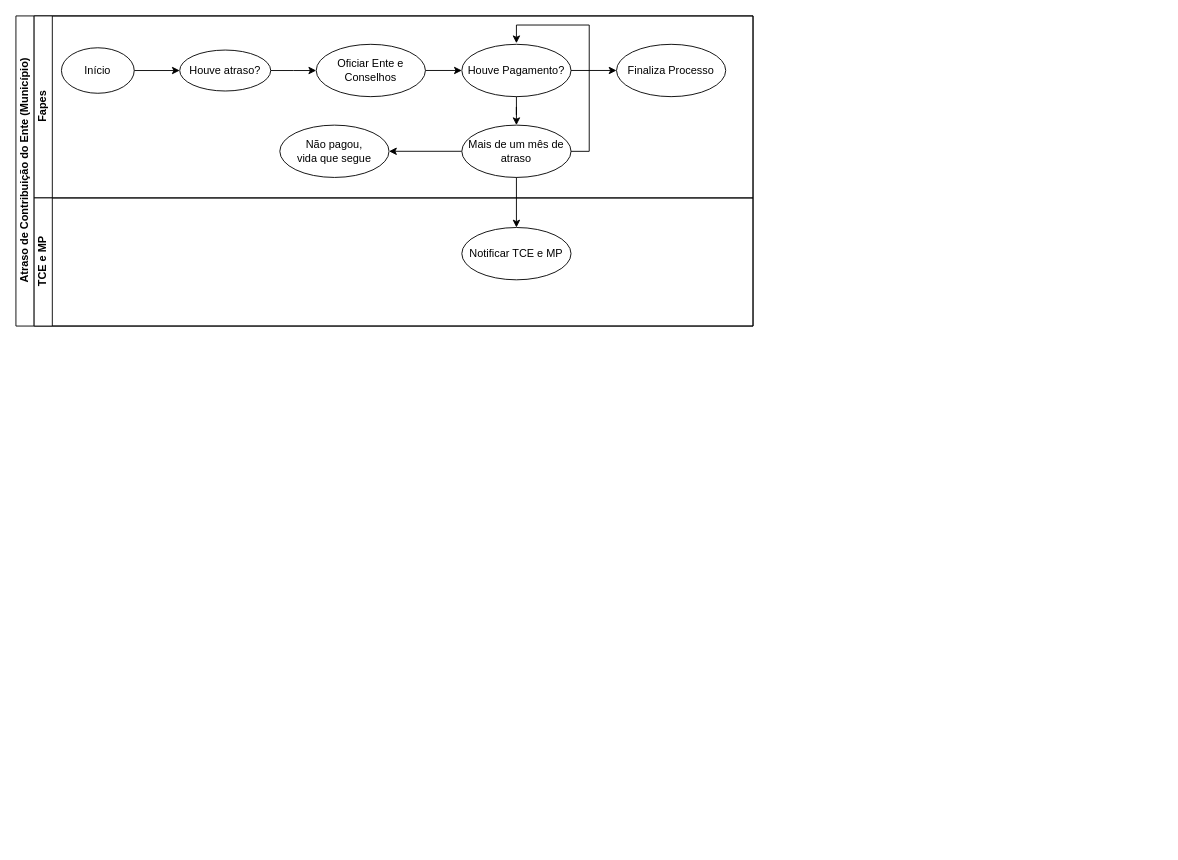
Ramaniks/fluxogramas-toledoprev keeps this draw.io diagram as Diagrama sem nome.drawio. Above is the earlier version. Source tidied: cells renumbered, new cells numbered last; positions are measured from the earlier drawing's top-left corner, leaving out a move shared by most shapes. Both pictures are drawn from the tidied source at 91%, with x=0, y=0 at pixel (15, 15).
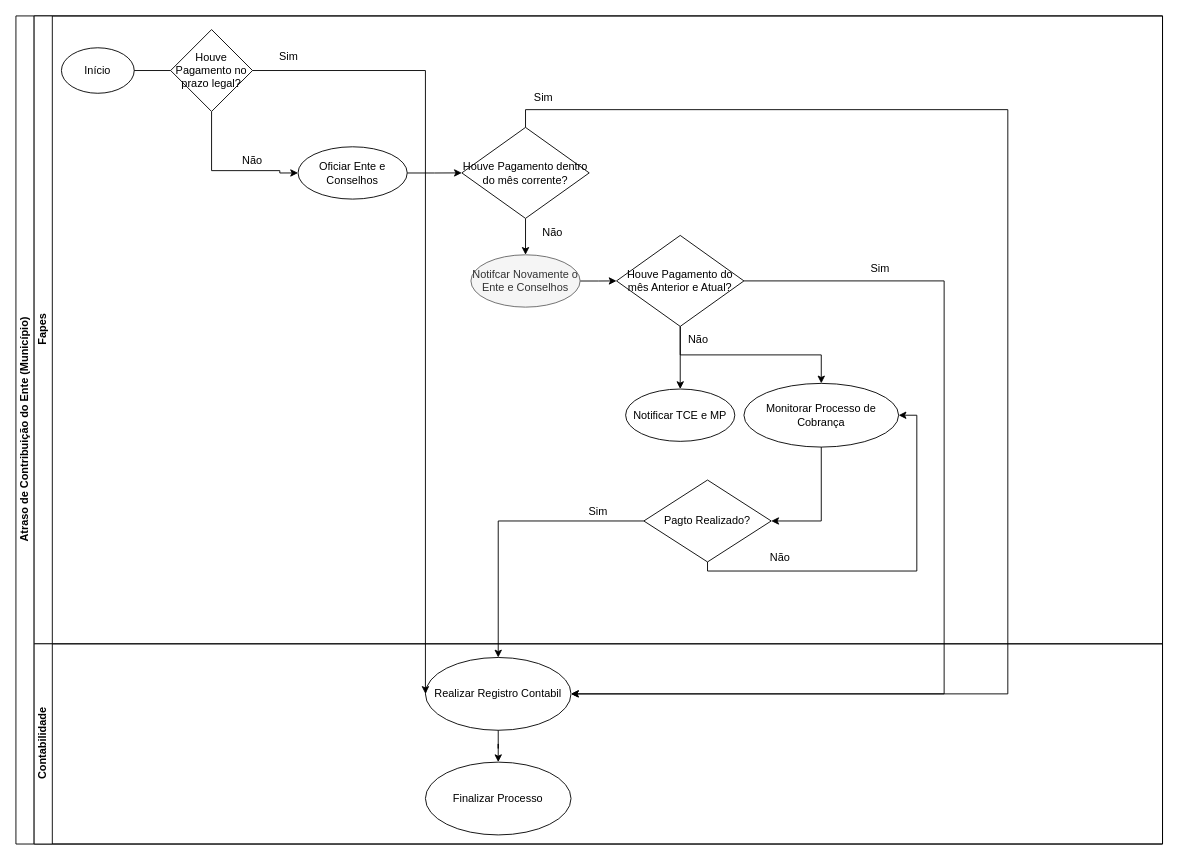
Above is the later version.

Commit message:
Alteração Junto com a Coordenação

Unchanged cells that the change refers to:
```xml
<mxCell id="5" value="Início" style="ellipse;whiteSpace=wrap;html=1;" parent="3" vertex="1">
  <mxGeometry x="30" y="35" width="80" height="50" as="geometry" />
</mxCell>
```

Change to the diagram source:
```diff
@@
     <mxCell id="2" value="Atraso de Contribuição do Ente (Município)" style="swimlane;horizontal=0;startSize=20;html=1;" parent="1" vertex="1">
-      <mxGeometry width="810" height="340.8" as="geometry" />
+      <mxGeometry width="1260" height="910" as="geometry" />
     </mxCell>
     <mxCell id="3" value="Fapes" style="swimlane;startSize=20;horizontal=0;html=1;" parent="2" vertex="1">
-      <mxGeometry x="20" width="790" height="200" as="geometry" />
+      <mxGeometry x="20" width="1240" height="690" as="geometry" />
     </mxCell>
-    <mxCell id="4" style="edgeStyle=orthogonalEdgeStyle;rounded=0;jettySize=auto;html=1;" parent="3" edge="1" source="5" target="7">
-      <mxGeometry relative="1" as="geometry" />
-    </mxCell>
@@
-    <mxCell id="6" style="edgeStyle=orthogonalEdgeStyle;rounded=0;jettySize=auto;html=1;" parent="3" edge="1" source="7" target="9">
-      <mxGeometry relative="1" as="geometry" />
-    </mxCell>
-    <mxCell id="7" value="Houve atraso?" style="ellipse;whiteSpace=wrap;html=1;" parent="3" vertex="1">
-      <mxGeometry x="160" y="37.5" width="100" height="45" as="geometry" />
-    </mxCell>
-    <mxCell id="8" style="edgeStyle=orthogonalEdgeStyle;rounded=0;jettySize=auto;html=1;" parent="3" edge="1" source="9" target="11">
+    <mxCell id="8" style="edgeStyle=orthogonalEdgeStyle;rounded=0;jettySize=auto;html=1;entryX=0;entryY=0.5;entryDx=0;entryDy=0;" parent="3" edge="1" source="9" target="34">
       <mxGeometry relative="1" as="geometry" />
     </mxCell>
     <mxCell id="9" value="Oficiar Ente e Conselhos" style="ellipse;whiteSpace=wrap;html=1;" parent="3" vertex="1">
-      <mxGeometry x="310" y="31.2" width="120" height="57.5" as="geometry" />
+      <mxGeometry x="290" y="143.8" width="120" height="57.5" as="geometry" />
     </mxCell>
-    <mxCell id="10" style="edgeStyle=orthogonalEdgeStyle;rounded=0;jettySize=auto;html=1;" parent="3" edge="1" source="11" target="12">
-      <mxGeometry relative="1" as="geometry" />
-    </mxCell>
-    <mxCell id="11" value="Houve Pagamento?" style="ellipse;whiteSpace=wrap;html=1;" parent="3" vertex="1">
-      <mxGeometry x="470" y="31.2" width="120" height="57.5" as="geometry" />
-    </mxCell>
-    <mxCell id="12" value="Finaliza Processo" style="ellipse;whiteSpace=wrap;html=1;" parent="3" vertex="1">
-      <mxGeometry x="640" y="31.2" width="120" height="57.5" as="geometry" />
-    </mxCell>
-    <mxCell id="13" style="edgeStyle=orthogonalEdgeStyle;rounded=0;jettySize=auto;html=1;" parent="3" edge="1" source="15" target="17">
-      <mxGeometry relative="1" as="geometry" />
-    </mxCell>
-    <mxCell id="14" style="edgeStyle=orthogonalEdgeStyle;rounded=0;jettySize=auto;html=1;" parent="3" edge="1" source="15">
-      <mxGeometry relative="1" as="geometry">
-        <mxPoint x="530" y="30" as="targetPoint" />
-        <Array as="points">
-          <mxPoint x="610" y="149" />
-          <mxPoint x="610" y="10" />
-          <mxPoint x="530" y="10" />
-        </Array>
-      </mxGeometry>
-    </mxCell>
+    <mxCell id="21" style="edgeStyle=orthogonalEdgeStyle;rounded=0;jettySize=auto;html=1;entryX=0;entryY=0.5;entryDx=0;entryDy=0;" parent="3" edge="1" source="15" target="32">
+      <mxGeometry relative="1" as="geometry" />
+    </mxCell>
-    <mxCell id="15" value="Mais de um mês de atraso" style="ellipse;whiteSpace=wrap;html=1;" parent="3" vertex="1">
-      <mxGeometry x="470" y="120" width="120" height="57.5" as="geometry" />
+    <mxCell id="15" value="Notifcar Novamente o Ente e Conselhos" style="ellipse;whiteSpace=wrap;html=1;fillColor=#f5f5f5;fontColor=#333333;strokeColor=#666666;" parent="3" vertex="1">
+      <mxGeometry x="480" y="262.5" width="120" height="57.5" as="geometry" />
     </mxCell>
-    <mxCell id="16" style="edgeStyle=orthogonalEdgeStyle;rounded=0;jettySize=auto;html=1;" parent="3" edge="1" source="11" target="15">
-      <mxGeometry relative="1" as="geometry" />
-    </mxCell>
-    <mxCell id="17" value="Não pagou, &lt;br&gt;vida que segue" style="ellipse;whiteSpace=wrap;html=1;" parent="3" vertex="1">
-      <mxGeometry x="270" y="120" width="120" height="57.5" as="geometry" />
-    </mxCell>
+    <mxCell id="22" style="edgeStyle=orthogonalEdgeStyle;rounded=0;jettySize=auto;html=1;entryX=1;entryY=0.5;entryDx=0;entryDy=0;" parent="3" edge="1" source="23" target="39">
+      <mxGeometry relative="1" as="geometry" />
+    </mxCell>
+    <mxCell id="23" value="Monitorar Processo de Cobrança" style="ellipse;whiteSpace=wrap;html=1;" parent="3" vertex="1">
+      <mxGeometry x="780" y="403.8" width="170" height="70" as="geometry" />
+    </mxCell>
+    <mxCell id="24" style="edgeStyle=orthogonalEdgeStyle;rounded=0;jettySize=auto;html=1;endArrow=none;" parent="3" edge="1" source="5" target="26">
+      <mxGeometry relative="1" as="geometry" />
+    </mxCell>
+    <mxCell id="25" style="edgeStyle=orthogonalEdgeStyle;rounded=0;jettySize=auto;html=1;entryX=0;entryY=0.5;entryDx=0;entryDy=0;" parent="3" edge="1" source="26" target="9">
+      <mxGeometry relative="1" as="geometry">
+        <Array as="points">
+          <mxPoint x="195" y="170" />
+          <mxPoint x="270" y="170" />
+          <mxPoint x="270" y="173" />
+        </Array>
+      </mxGeometry>
+    </mxCell>
+    <mxCell id="26" value="Houve Pagamento no prazo legal?" style="rhombus;whiteSpace=wrap;html=1;" parent="3" vertex="1">
+      <mxGeometry x="150" y="15" width="90" height="90" as="geometry" />
+    </mxCell>
+    <mxCell id="27" value="Sim" style="text;html=1;strokeColor=none;fillColor=none;align=center;verticalAlign=middle;whiteSpace=wrap;rounded=0;" parent="3" vertex="1">
+      <mxGeometry x="250" y="30" width="60" height="30" as="geometry" />
+    </mxCell>
+    <mxCell id="28" value="Não" style="text;html=1;strokeColor=none;fillColor=none;align=center;verticalAlign=middle;whiteSpace=wrap;rounded=0;" parent="3" vertex="1">
+      <mxGeometry x="210" y="143.8" width="60" height="30" as="geometry" />
+    </mxCell>
+    <mxCell id="29" value="Sim" style="text;html=1;strokeColor=none;fillColor=none;align=center;verticalAlign=middle;whiteSpace=wrap;rounded=0;" parent="3" vertex="1">
+      <mxGeometry x="530" y="75" width="60" height="30" as="geometry" />
+    </mxCell>
+    <mxCell id="30" value="Não" style="text;html=1;strokeColor=none;fillColor=none;align=center;verticalAlign=middle;whiteSpace=wrap;rounded=0;" parent="3" vertex="1">
+      <mxGeometry x="540" y="222.5" width="60" height="30" as="geometry" />
+    </mxCell>
+    <mxCell id="31" style="edgeStyle=orthogonalEdgeStyle;rounded=0;jettySize=auto;html=1;" parent="3" edge="1" source="32" target="23">
+      <mxGeometry relative="1" as="geometry" />
+    </mxCell>
+    <mxCell id="32" value="Houve Pagamento do mês Anterior e Atual?" style="rhombus;whiteSpace=wrap;html=1;" parent="3" vertex="1">
+      <mxGeometry x="640" y="241.2" width="140" height="100" as="geometry" />
+    </mxCell>
+    <mxCell id="33" style="edgeStyle=orthogonalEdgeStyle;rounded=0;jettySize=auto;html=1;entryX=0.5;entryY=0;entryDx=0;entryDy=0;" parent="3" edge="1" source="34" target="15">
+      <mxGeometry relative="1" as="geometry" />
+    </mxCell>
+    <mxCell id="34" value="Houve Pagamento dentro do mês corrente?" style="rhombus;whiteSpace=wrap;html=1;" parent="3" vertex="1">
+      <mxGeometry x="470" y="122.5" width="140" height="100" as="geometry" />
+    </mxCell>
+    <mxCell id="35" value="Sim" style="text;html=1;strokeColor=none;fillColor=none;align=center;verticalAlign=middle;whiteSpace=wrap;rounded=0;" parent="3" vertex="1">
+      <mxGeometry x="900" y="262.5" width="60" height="30" as="geometry" />
+    </mxCell>
+    <mxCell id="19" value="Notificar TCE e MP" style="ellipse;whiteSpace=wrap;html=1;" parent="3" vertex="1">
+      <mxGeometry x="650" y="410" width="120" height="57.5" as="geometry" />
+    </mxCell>
+    <mxCell id="36" style="edgeStyle=orthogonalEdgeStyle;rounded=0;jettySize=auto;html=1;entryX=0.5;entryY=0;entryDx=0;entryDy=0;" parent="3" edge="1" source="32" target="19">
+      <mxGeometry relative="1" as="geometry" />
+    </mxCell>
+    <mxCell id="37" value="Não" style="text;html=1;strokeColor=none;fillColor=none;align=center;verticalAlign=middle;whiteSpace=wrap;rounded=0;" parent="3" vertex="1">
+      <mxGeometry x="700" y="341.2" width="60" height="30" as="geometry" />
+    </mxCell>
+    <mxCell id="38" style="edgeStyle=orthogonalEdgeStyle;rounded=0;jettySize=auto;html=1;entryX=1;entryY=0.5;entryDx=0;entryDy=0;" parent="3" edge="1" source="39" target="23">
+      <mxGeometry relative="1" as="geometry">
+        <Array as="points">
+          <mxPoint x="740" y="610" />
+          <mxPoint x="970" y="610" />
+          <mxPoint x="970" y="439" />
+        </Array>
+      </mxGeometry>
+    </mxCell>
+    <mxCell id="39" value="Pagto Realizado?" style="rhombus;whiteSpace=wrap;html=1;" parent="3" vertex="1">
+      <mxGeometry x="670" y="510" width="140" height="90" as="geometry" />
+    </mxCell>
+    <mxCell id="40" value="Não" style="text;html=1;strokeColor=none;fillColor=none;align=center;verticalAlign=middle;whiteSpace=wrap;rounded=0;" parent="3" vertex="1">
+      <mxGeometry x="790" y="580" width="60" height="30" as="geometry" />
+    </mxCell>
+    <mxCell id="41" value="Sim" style="text;html=1;strokeColor=none;fillColor=none;align=center;verticalAlign=middle;whiteSpace=wrap;rounded=0;" parent="3" vertex="1">
+      <mxGeometry x="590" y="530" width="60" height="30" as="geometry" />
+    </mxCell>
-    <mxCell id="18" value="TCE e MP" style="swimlane;startSize=20;horizontal=0;html=1;" parent="2" vertex="1">
-      <mxGeometry x="20" y="200" width="790" height="140.8" as="geometry" />
+    <mxCell id="18" value="Contabilidade" style="swimlane;startSize=20;horizontal=0;html=1;" parent="2" vertex="1">
+      <mxGeometry x="20" y="690" width="1240" height="220" as="geometry" />
     </mxCell>
-    <mxCell id="19" value="Notificar TCE e MP" style="ellipse;whiteSpace=wrap;html=1;" parent="18" vertex="1">
-      <mxGeometry x="470" y="32.5" width="120" height="57.5" as="geometry" />
-    </mxCell>
-    <mxCell id="20" style="edgeStyle=orthogonalEdgeStyle;rounded=0;jettySize=auto;html=1;" parent="2" edge="1" source="15" target="19">
-      <mxGeometry relative="1" as="geometry" />
-    </mxCell>
+    <mxCell id="42" value="Finalizar Processo" style="ellipse;whiteSpace=wrap;html=1;" parent="18" vertex="1">
+      <mxGeometry x="430" y="130" width="160" height="80" as="geometry" />
+    </mxCell>
+    <mxCell id="43" value="Realizar Registro Contabil" style="ellipse;whiteSpace=wrap;html=1;" parent="18" vertex="1">
+      <mxGeometry x="430" y="15" width="160" height="80" as="geometry" />
+    </mxCell>
+    <mxCell id="44" style="edgeStyle=orthogonalEdgeStyle;rounded=0;jettySize=auto;html=1;" parent="18" edge="1" source="43" target="42">
+      <mxGeometry relative="1" as="geometry" />
+    </mxCell>
+    <mxCell id="45" style="edgeStyle=orthogonalEdgeStyle;rounded=0;jettySize=auto;html=1;entryX=1;entryY=0.5;entryDx=0;entryDy=0;exitX=0.5;exitY=0;exitDx=0;exitDy=0;" parent="2" edge="1" source="34" target="43">
+      <mxGeometry relative="1" as="geometry">
+        <Array as="points">
+          <mxPoint x="560" y="103" />
+          <mxPoint x="1090" y="103" />
+          <mxPoint x="1090" y="745" />
+        </Array>
+      </mxGeometry>
+    </mxCell>
+    <mxCell id="46" style="edgeStyle=orthogonalEdgeStyle;rounded=0;jettySize=auto;html=1;entryX=0;entryY=0.5;entryDx=0;entryDy=0;" parent="2" edge="1" source="26" target="43">
+      <mxGeometry relative="1" as="geometry">
+        <Array as="points">
+          <mxPoint x="450" y="60" />
+        </Array>
+      </mxGeometry>
+    </mxCell>
+    <mxCell id="47" style="edgeStyle=orthogonalEdgeStyle;rounded=0;jettySize=auto;html=1;entryX=1;entryY=0.5;entryDx=0;entryDy=0;" parent="2" edge="1" source="32" target="43">
+      <mxGeometry relative="1" as="geometry">
+        <Array as="points">
+          <mxPoint x="1020" y="291" />
+          <mxPoint x="1020" y="745" />
+        </Array>
+      </mxGeometry>
+    </mxCell>
+    <mxCell id="48" style="edgeStyle=orthogonalEdgeStyle;rounded=0;jettySize=auto;html=1;" parent="2" edge="1" source="39" target="43">
+      <mxGeometry relative="1" as="geometry" />
+    </mxCell>
```
